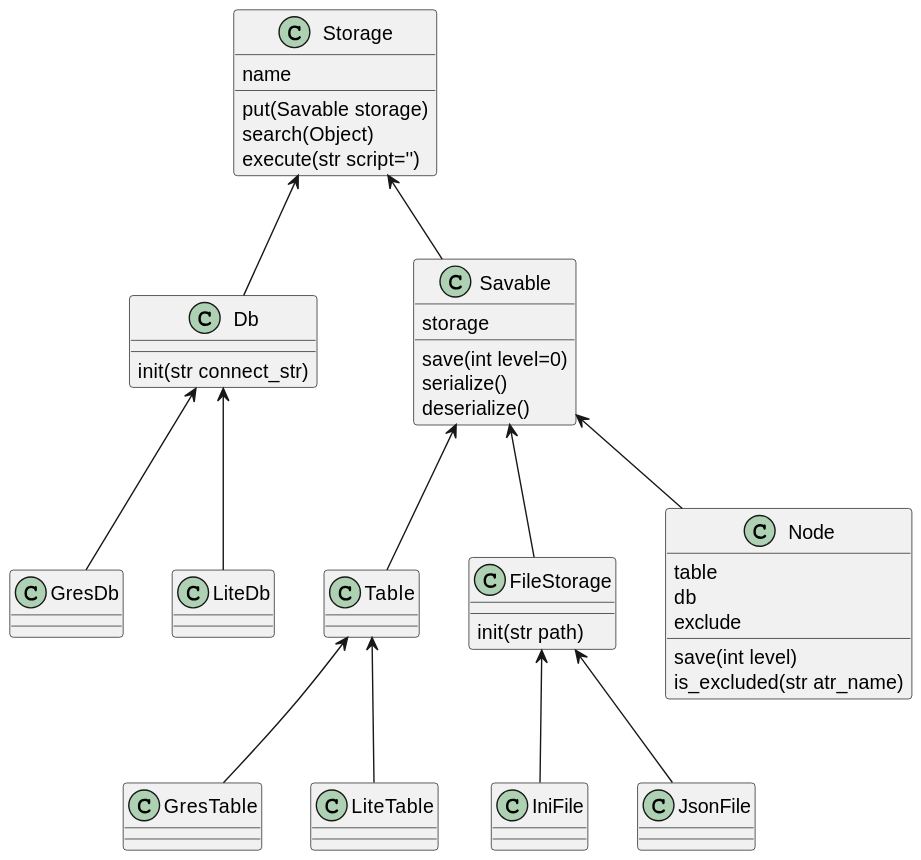
This is out/storage.svg from nagvalhm/epure, a PlantUML export, as it was before one commit.
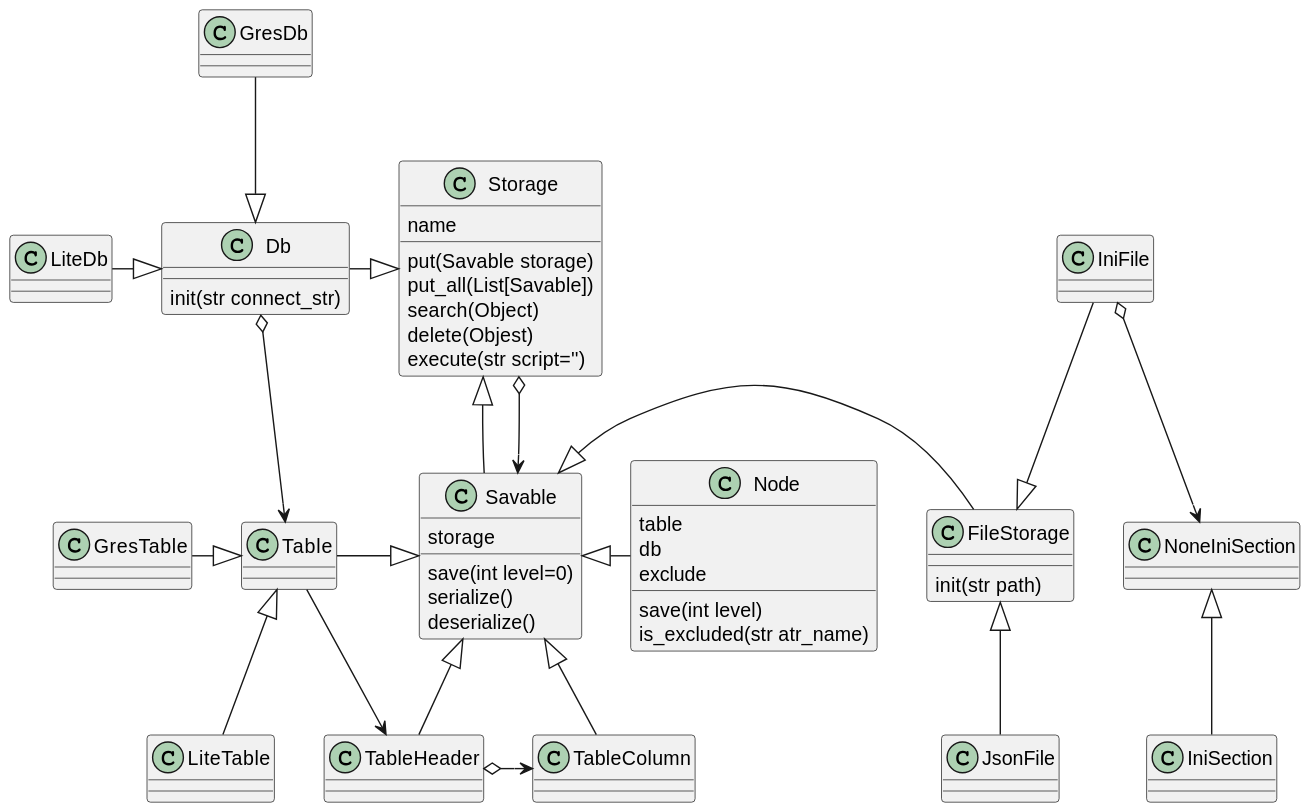
Later version of the same file.

Commit message:
updated uml, started tests for epure

Diff of the diagram source:
```diff
@@ -1,7 +1,9 @@
 @startuml
 class Storage{
     put(Savable storage)
+    put_all(List[Savable])
     search(Object)
+    delete(Objest)
     execute(str script='')
     name
 }
@@ -25,11 +27,16 @@
 class GresTable{}
 class LiteTable{}
 
+class TableHeader{}
+class TableColumn{}
+
 class FileStorage{
     init(str path)
 }
 
 class IniFile{}
+class IniSection{}
+class NoneIniSection{}
 class JsonFile{}
 
 class Node{
@@ -41,15 +48,23 @@
 }
 
 
-Storage <-- Db
-    Db <-- GresDb
-    Db <-- LiteDb
-Storage <-- Savable
-    Savable <-- FileStorage
-        FileStorage <-- IniFile
-        FileStorage <-- JsonFile
-    Savable <-- Table
-        Table <-- GresTable
-        Table <-- LiteTable
-    Savable <-- Node
+Storage <|-left- Db
+    Db <|-up- GresDb
+    Db <|-left- LiteDb
+    Db o-down-> Table
+Storage <|-- Savable
+Storage o--> Savable
+    Savable <|-right- FileStorage
+        FileStorage <|-up- IniFile
+            IniFile o--> NoneIniSection
+                NoneIniSection <|-- IniSection
+        FileStorage <|-- JsonFile
+    Savable <|-left- Table
+        Table <|-left- GresTable
+        Table <|-- LiteTable
+        Table --> TableHeader
+    Savable <|-right- Node
+    Savable <|-- TableHeader
+        TableHeader o-right-> TableColumn
+    Savable <|-- TableColumn
 @enduml
```
